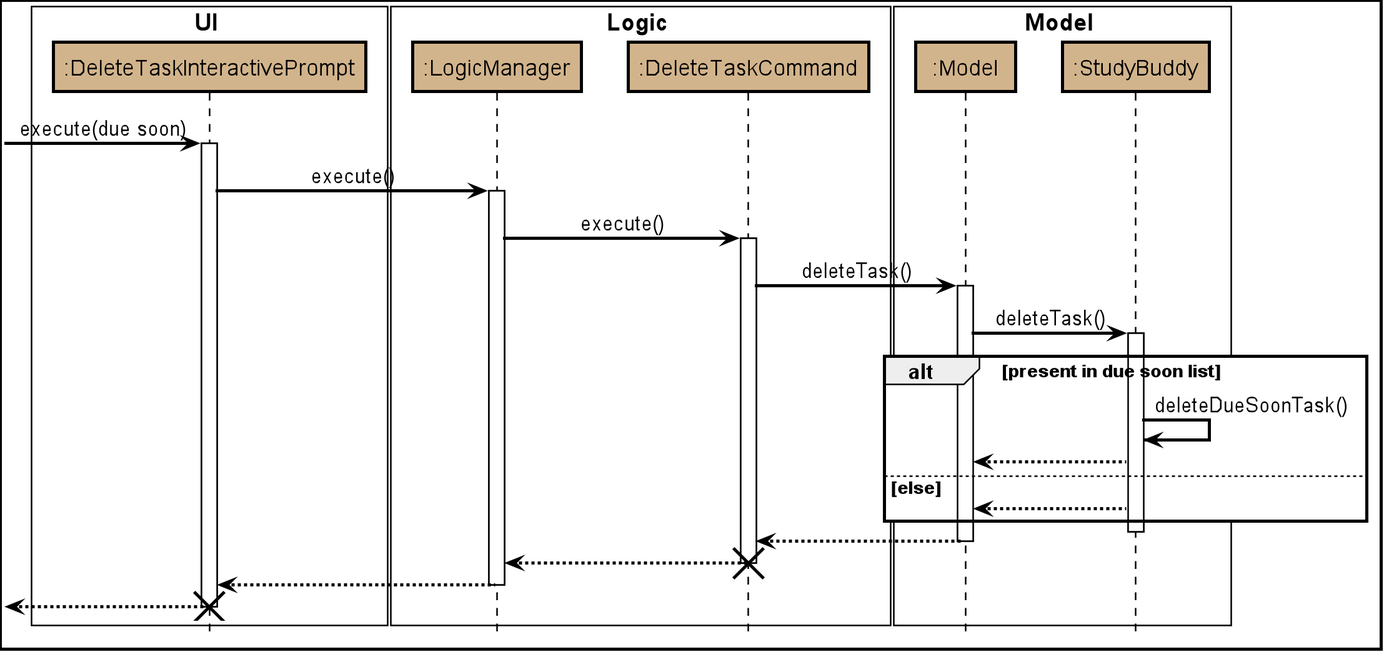
Earlier version of the PlantUML export images/DeleteDueSoonSequence.png (AY1920S2-CS2103T-W16-3/main).
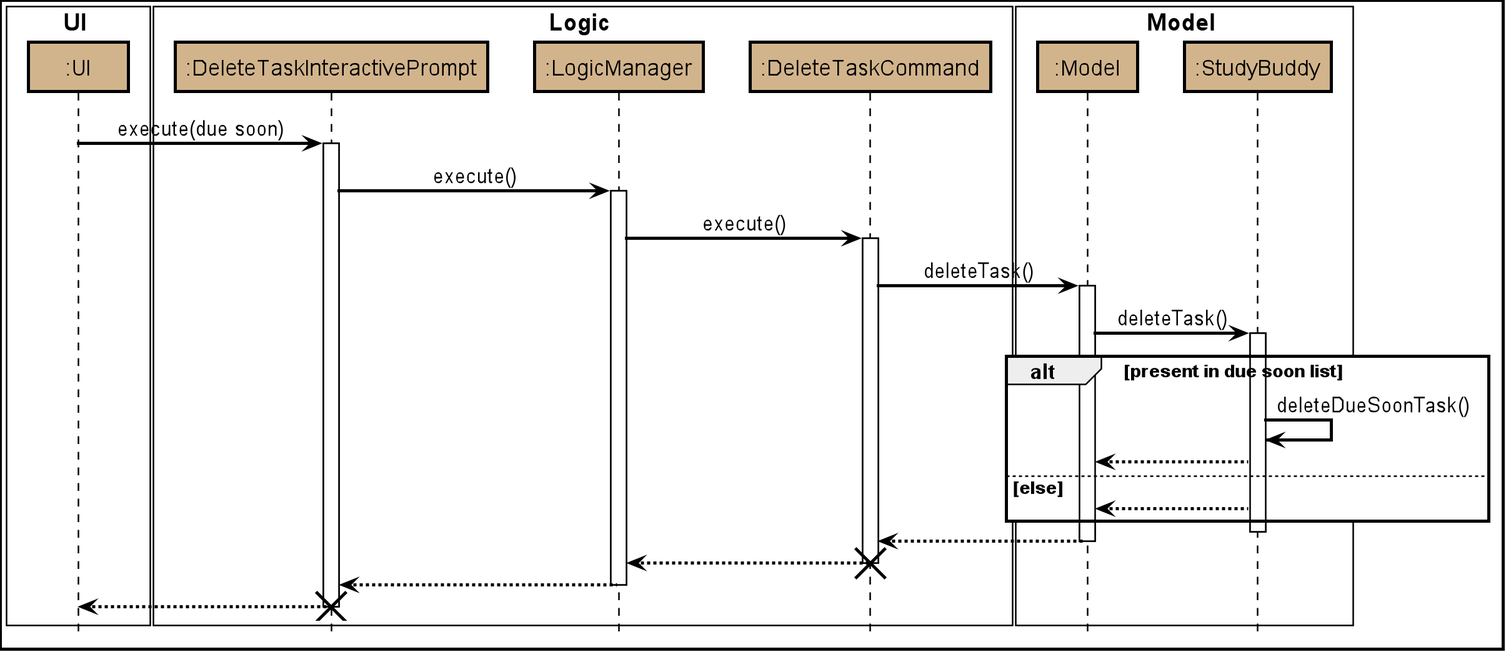
After the change.

The edit, as a diff of the source:
```diff
@@ -59,10 +59,11 @@
 
 
 box UI #FFFFFF
-participant ":DeleteTaskInteractivePrompt" as DeleteTaskInteractivePrompt #D2B48C
+participant ":UI" as UI #D2B48C
 end box
 
 box Logic #FFFFFF
+participant ":DeleteTaskInteractivePrompt" as DeleteTaskInteractivePrompt #D2B48C
 participant ":LogicManager" as LogicManager #D2B48C
 participant ":DeleteTaskCommand" as DeleteTaskCommand #D2B48C
 end box
@@ -72,7 +73,7 @@
 participant ":StudyBuddy" as StudyBuddy #D2B48C
 end box
 
-[-> DeleteTaskInteractivePrompt : execute(due soon)
+UI-> DeleteTaskInteractivePrompt : execute(due soon)
 activate DeleteTaskInteractivePrompt
 
 DeleteTaskInteractivePrompt -> LogicManager : execute()
@@ -106,7 +107,7 @@
 LogicManager --> DeleteTaskInteractivePrompt
 deactivate LogicManager
 
-[<--DeleteTaskInteractivePrompt
+UI<--DeleteTaskInteractivePrompt
 deactivate DeleteTaskInteractivePrompt
 destroy DeleteTaskInteractivePrompt
 
```
